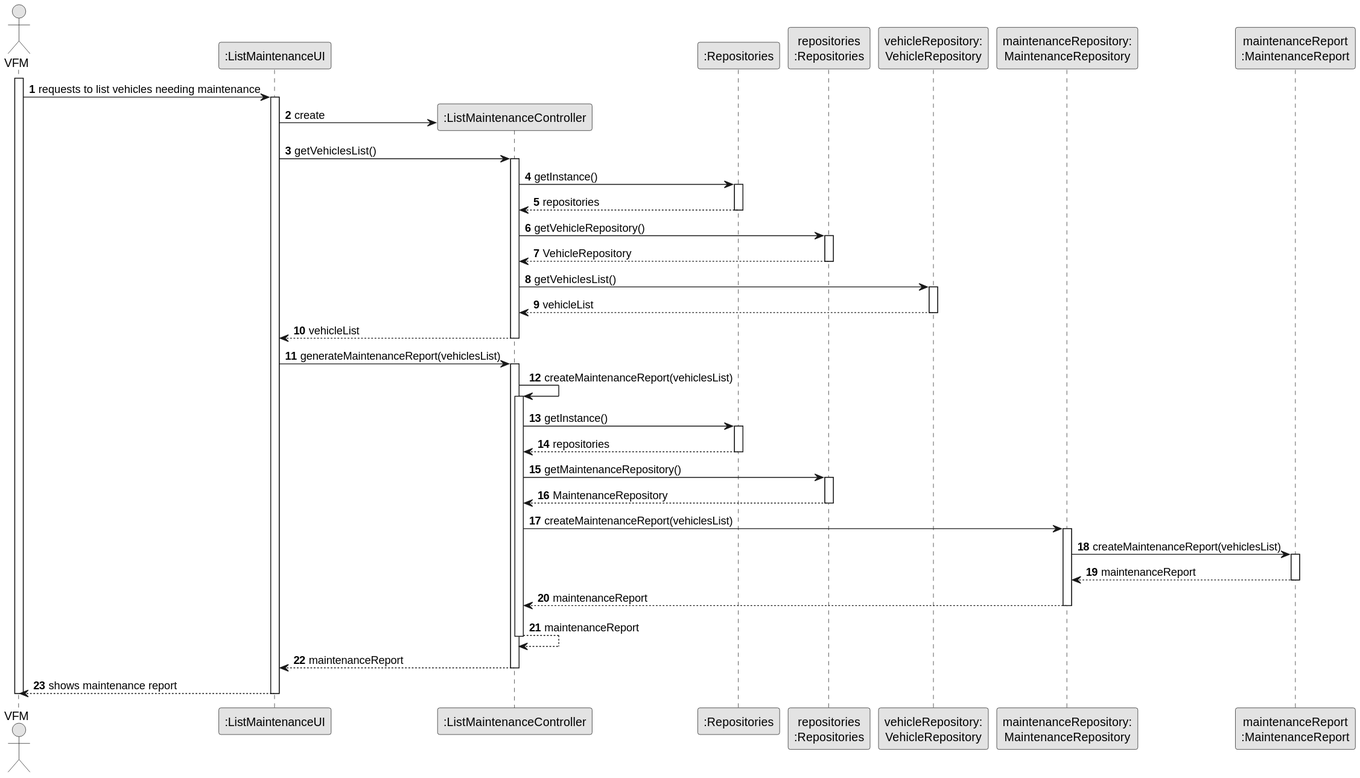
Above: docs/sprintB/us008/03.design/svg/us008-sequence-diagram-full.svg in ricardomm7/leaflink (PlantUML), before the change.
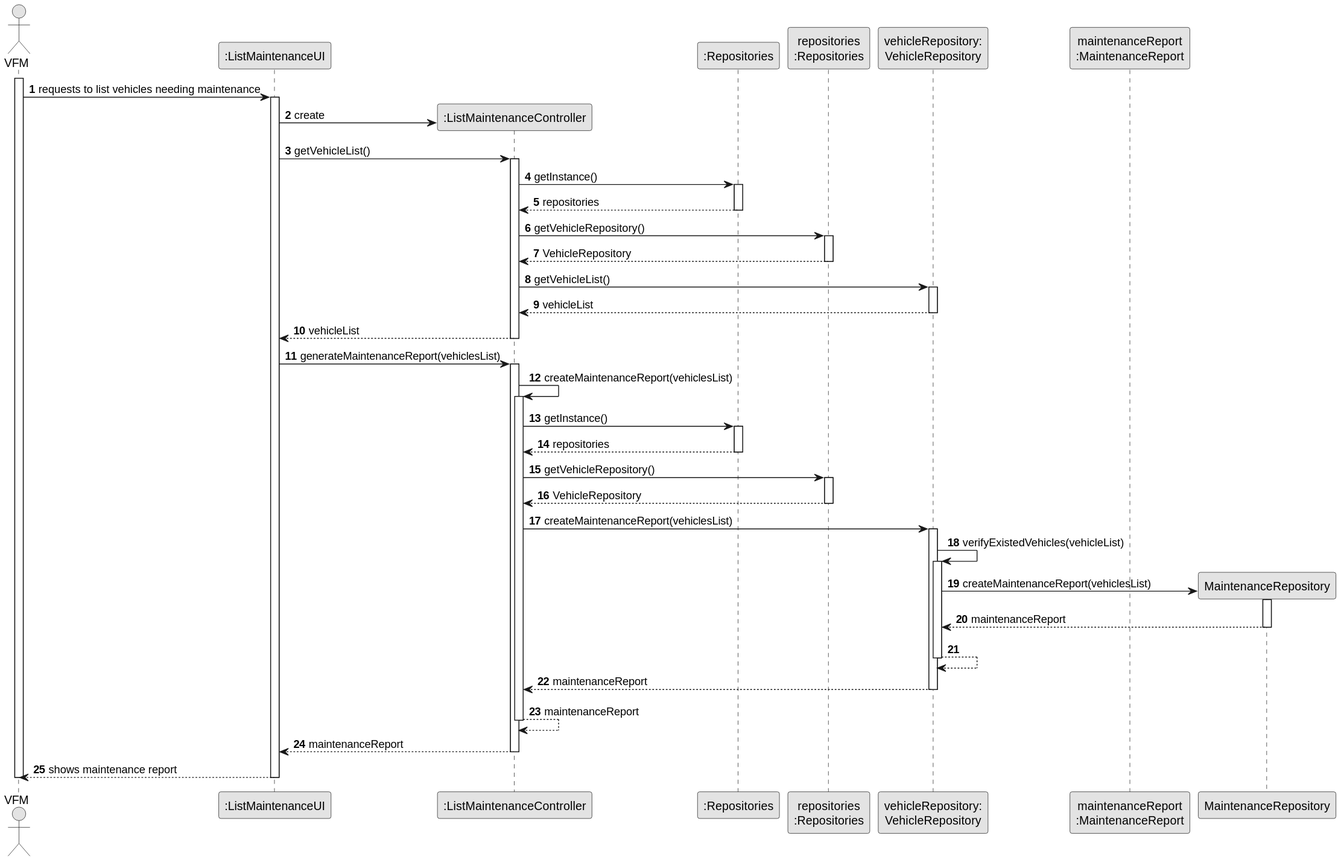
Above is the later version.

What changed in the source:
```diff
@@ -11,7 +11,6 @@
 participant ":Repositories" as RepositorySingleton
 participant "repositories\n:Repositories" as PLAT
 participant "vehicleRepository:\nVehicleRepository" as VehicleRepository
-participant "maintenanceRepository:\nMaintenanceRepository" as MaintenanceRepository
 participant "maintenanceReport\n:MaintenanceReport" as MaintenanceReport
 
 activate VFM
@@ -21,7 +20,7 @@
 
         UI -> CTRL** : create
 
-        UI -> CTRL : getVehiclesList()
+        UI -> CTRL : getVehicleList()
         activate CTRL
 
             CTRL -> RepositorySingleton : getInstance()
@@ -36,7 +35,7 @@
                 PLAT --> CTRL: VehicleRepository
             deactivate PLAT
 
-            CTRL -> VehicleRepository : getVehiclesList()
+            CTRL -> VehicleRepository : getVehicleList()
             activate VehicleRepository
 
                 VehicleRepository --> CTRL : vehicleList
@@ -58,23 +57,29 @@
                     RepositorySingleton --> CTRL: repositories
                 deactivate RepositorySingleton
 
-                CTRL -> PLAT : getMaintenanceRepository()
+                CTRL -> PLAT : getVehicleRepository()
                 activate PLAT
 
-                    PLAT --> CTRL: MaintenanceRepository
+                    PLAT --> CTRL: VehicleRepository
                 deactivate PLAT
 
-                CTRL -> MaintenanceRepository : createMaintenanceReport(vehiclesList)
-                activate MaintenanceRepository
+                CTRL -> VehicleRepository : createMaintenanceReport(vehiclesList)
+                activate VehicleRepository
 
-                    MaintenanceRepository -> MaintenanceReport : createMaintenanceReport(vehiclesList)
-                    activate MaintenanceReport
+                VehicleRepository -> VehicleRepository: verifyExistedVehicles(vehicleList)
+                activate VehicleRepository
 
-                    MaintenanceReport --> MaintenanceRepository : maintenanceReport
-                    deactivate MaintenanceReport
+                    VehicleRepository -> MaintenanceRepository **: createMaintenanceReport(vehiclesList)
+                    activate MaintenanceRepository
 
-                MaintenanceRepository --> CTRL : maintenanceReport
-                deactivate MaintenanceRepository
+                    MaintenanceRepository --> VehicleRepository : maintenanceReport
+                    deactivate MaintenanceRepository
+
+                VehicleRepository --> VehicleRepository
+                deactivate VehicleRepository
+
+                VehicleRepository --> CTRL : maintenanceReport
+                deactivate VehicleRepository
 
             CTRL --> CTRL : maintenanceReport
             deactivate CTRL
```
